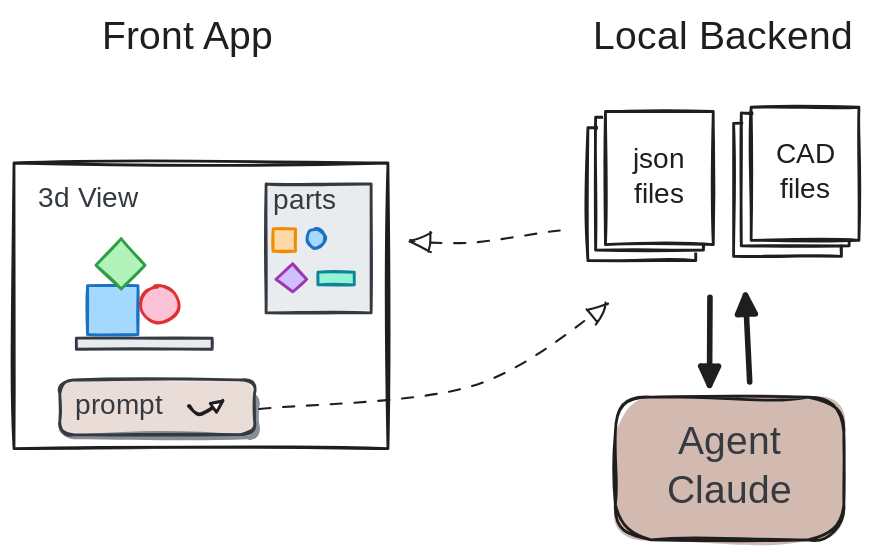
Before: docs/workflow.excalidraw.svg, a diagram exported from Excalidraw (xdze2/agentic-open-builder). Source tidied: one line per element, renumbered; positions are measured from the earlier drawing's top-left corner, leaving out a move shared by most shapes.
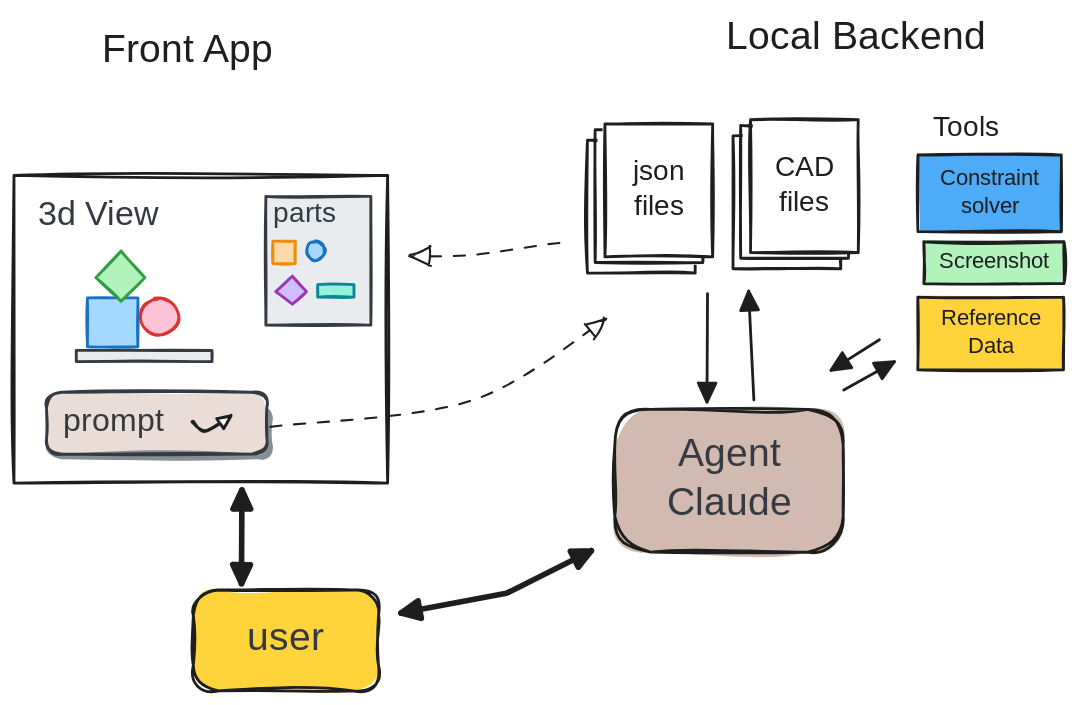
Above is the later version.

Commit message:
Restructure the README and add tools to the workflow diagram

Diff of the diagram source:
```diff
@@ -1,20 +1,20 @@
-{"id": 0, "type": "rectangle", "strokeColor": "#1e1e1e", "strokeWidth": 2, "roughness": 1, "x": 0, "y": 106, "width": 267, "height": 204}
+{"id": 0, "type": "rectangle", "strokeColor": "#1e1e1e", "strokeWidth": 2, "roughness": 1, "x": 0, "y": 106, "width": 267, "height": 220}
 {"id": 1, "type": "rectangle", "strokeColor": "#343a40", "backgroundColor": "#e9ecef", "fillStyle": "solid", "strokeWidth": 2, "roughness": 1, "x": 44, "y": 231, "width": 97, "height": 8}
 {"id": 2, "type": "rectangle", "strokeColor": "#1971c2", "backgroundColor": "#a5d8ff", "fillStyle": "solid", "strokeWidth": 2, "roughness": 1, "x": 52, "y": 194, "width": 36, "height": 35}
 {"id": 3, "type": "diamond", "strokeColor": "#2f9e44", "backgroundColor": "#b2f2bb", "fillStyle": "solid", "strokeWidth": 2, "roughness": 1, "x": 58, "y": 160, "width": 35, "height": 36}
 {"id": 4, "type": "ellipse", "strokeColor": "#e03131", "backgroundColor": "#fcc2d7", "fillStyle": "solid", "strokeWidth": 2, "roughness": 1, "x": 90, "y": 194, "width": 27, "height": 26}
-{"id": 5, "type": "text", "text": "3d View", "strokeColor": "#343a40", "backgroundColor": "#eaddd7", "fillStyle": "solid", "strokeWidth": 2, "roughness": 1, "fontSize": 20, "fontFamily": 5, "x": 17, "y": 120, "width": 74, "height": 25}
+{"id": 5, "type": "text", "text": "3d View", "strokeColor": "#343a40", "backgroundColor": "#eaddd7", "fillStyle": "solid", "strokeWidth": 2, "roughness": 1, "fontSize": 24.49, "fontFamily": 5, "x": 17, "y": 120, "width": 90, "height": 31}
 {"id": 6, "type": "rectangle", "strokeColor": "#343a40", "backgroundColor": "#e9ecef", "fillStyle": "solid", "strokeWidth": 2, "roughness": 1, "x": 180, "y": 121, "width": 75, "height": 92}
 {"id": 7, "type": "text", "text": "parts", "strokeColor": "#343a40", "backgroundColor": "#eaddd7", "fillStyle": "solid", "strokeWidth": 2, "roughness": 1, "fontSize": 20, "fontFamily": 5, "x": 185, "y": 122, "width": 53, "height": 25}
 {"id": 8, "type": "rectangle", "strokeColor": "#f08c00", "backgroundColor": "#ffd8a8", "fillStyle": "solid", "strokeWidth": 2, "roughness": 1, "x": 185, "y": 153, "width": 16, "height": 16}
 {"id": 9, "type": "ellipse", "strokeColor": "#1971c2", "backgroundColor": "#a5d8ff", "fillStyle": "solid", "strokeWidth": 2, "roughness": 1, "x": 209, "y": 153, "width": 13, "height": 14}
 {"id": 10, "type": "diamond", "strokeColor": "#9c36b5", "backgroundColor": "#d0bfff", "fillStyle": "solid", "strokeWidth": 2, "roughness": 1, "x": 187, "y": 178, "width": 22, "height": 20}
 {"id": 11, "type": "rectangle", "strokeColor": "#0c8599", "backgroundColor": "#96f2d7", "fillStyle": "solid", "strokeWidth": 2, "roughness": 1, "x": 217, "y": 184, "width": 26, "height": 9}
-{"id": 12, "type": "rectangle", "strokeColor": "transparent", "backgroundColor": "#868e96", "fillStyle": "solid", "strokeWidth": 1, "strokeStyle": "dashed", "roughness": 2, "round": true, "x": 34, "y": 269, "width": 142, "height": 35}
+{"id": 12, "type": "rectangle", "strokeColor": "transparent", "backgroundColor": "#868e96", "fillStyle": "solid", "strokeWidth": 1, "strokeStyle": "dashed", "roughness": 2, "round": true, "x": 24, "y": 270, "width": 161, "height": 39}
-{"id": 13, "type": "rectangle", "strokeColor": "#343a40", "backgroundColor": "#eaddd7", "fillStyle": "solid", "strokeWidth": 2, "roughness": 1, "round": true, "x": 33, "y": 261, "width": 139, "height": 39}
+{"id": 13, "type": "rectangle", "strokeColor": "#343a40", "backgroundColor": "#eaddd7", "fillStyle": "solid", "strokeWidth": 2, "roughness": 1, "round": true, "x": 23, "y": 261, "width": 157, "height": 44}
-{"id": 14, "type": "text", "text": " prompt  ", "strokeColor": "#343a40", "backgroundColor": "#eaddd7", "fillStyle": "solid", "strokeWidth": 2, "roughness": 1, "fontSize": 20, "fontFamily": 5, "verticalAlign": "middle", "inside": 13, "x": 38, "y": 268, "width": 90, "height": 25}
+{"id": 14, "type": "text", "text": " prompt  ", "strokeColor": "#343a40", "backgroundColor": "#eaddd7", "fillStyle": "solid", "strokeWidth": 2, "roughness": 1, "fontSize": 22.65, "fontFamily": 5, "verticalAlign": "middle", "inside": 13, "x": 28, "y": 269, "width": 102, "height": 28}
-{"id": 15, "type": "arrow", "strokeColor": "#1e1e1e", "backgroundColor": "#96f2d7", "fillStyle": "solid", "strokeWidth": 2, "roughness": 1, "endArrowhead": "triangle_outline", "round": true, "from": 13, "to": 13, "x": 125, "y": 280, "width": 24, "height": 10, "points": [[0, 0], [8, 6], [24, -4]]}
+{"id": 15, "type": "arrow", "strokeColor": "#1e1e1e", "backgroundColor": "#96f2d7", "fillStyle": "solid", "strokeWidth": 2, "roughness": 1, "endArrowhead": "triangle_outline", "round": true, "x": 128, "y": 282, "width": 27, "height": 11, "points": [[0, 0], [9, 6], [27, -4]]}
-{"id": 16, "type": "arrow", "strokeColor": "#1e1e1e", "backgroundColor": "#96f2d7", "fillStyle": "solid", "strokeWidth": 1, "strokeStyle": "dashed", "roughness": 2, "endArrowhead": "triangle_outline", "round": true, "from": 13, "x": 176, "y": 285, "width": 249, "height": 78, "points": [[0, 0], [153, -20], [249, -78]]}
+{"id": 16, "type": "arrow", "strokeColor": "#1e1e1e", "backgroundColor": "#96f2d7", "fillStyle": "solid", "strokeWidth": 1, "strokeStyle": "dashed", "roughness": 2, "endArrowhead": "triangle_outline", "round": true, "from": 13, "x": 184, "y": 289, "width": 240, "height": 80, "points": [[0, 0], [144, -22], [240, -80]]}
 {"id": 17, "type": "rectangle", "strokeColor": "#1e1e1e", "backgroundColor": "#ffffff", "fillStyle": "solid", "strokeWidth": 2, "roughness": 1, "x": 410, "y": 81, "width": 77, "height": 95}
 {"id": 18, "type": "text", "text": "json\nfiles", "strokeColor": "#1e1e1e", "backgroundColor": "#96f2d7", "fillStyle": "solid", "strokeWidth": 2, "roughness": 1, "fontSize": 20, "fontFamily": 8, "textAlign": "center", "verticalAlign": "middle", "inside": 17, "x": 421, "y": 104, "width": 55, "height": 50}
 {"id": 19, "type": "rectangle", "strokeColor": "#1e1e1e", "backgroundColor": "#ffffff", "fillStyle": "solid", "strokeWidth": 2, "roughness": 1, "x": 415, "y": 74, "width": 77, "height": 95}
@@ -23,7 +23,7 @@
 {"id": 22, "type": "text", "text": "json\nfiles", "strokeColor": "#1e1e1e", "backgroundColor": "#96f2d7", "fillStyle": "solid", "strokeWidth": 2, "roughness": 1, "fontSize": 20, "fontFamily": 8, "textAlign": "center", "verticalAlign": "middle", "inside": 21, "x": 433, "y": 92, "width": 55, "height": 50}
 {"id": 23, "type": "text", "text": "local", "strokeColor": "transparent", "backgroundColor": "#868e96", "fillStyle": "solid", "strokeWidth": 1, "strokeStyle": "dashed", "roughness": 2, "fontSize": 20, "fontFamily": 8, "x": 310, "y": 29, "width": 55, "height": 25}
 {"id": 24, "type": "text", "text": "Front App", "strokeColor": "#1e1e1e", "backgroundColor": "#868e96", "fillStyle": "solid", "strokeWidth": 1, "strokeStyle": "dashed", "roughness": 2, "fontSize": 28, "fontFamily": 5, "x": 63, "y": 0, "width": 137, "height": 35}
-{"id": 25, "type": "text", "text": "Local Backend", "strokeColor": "#1e1e1e", "backgroundColor": "#868e96", "fillStyle": "solid", "strokeWidth": 1, "strokeStyle": "dashed", "roughness": 2, "fontSize": 28, "fontFamily": 5, "x": 413, "y": 0, "width": 193, "height": 35}
+{"id": 25, "type": "text", "text": "Local Backend", "strokeColor": "#1e1e1e", "backgroundColor": "#868e96", "fillStyle": "solid", "strokeWidth": 1, "strokeStyle": "dashed", "roughness": 2, "fontSize": 28, "fontFamily": 5, "x": 509, "y": -9, "width": 193, "height": 35}
 {"id": 26, "type": "rectangle", "strokeColor": "#1e1e1e", "backgroundColor": "#d2bab0", "fillStyle": "solid", "strokeWidth": 2, "roughness": 2, "round": true, "x": 429, "y": 273, "width": 163, "height": 102}
 {"id": 27, "type": "text", "text": "Agent\nClaude", "strokeColor": "#343a40", "backgroundColor": "#868e96", "fillStyle": "solid", "strokeWidth": 1, "strokeStyle": "dashed", "roughness": 2, "fontSize": 28, "fontFamily": 5, "textAlign": "center", "verticalAlign": "middle", "inside": 26, "x": 467, "y": 289, "width": 87, "height": 70}
 {"id": 28, "type": "rectangle", "strokeColor": "#1e1e1e", "backgroundColor": "#ffffff", "fillStyle": "solid", "strokeWidth": 2, "roughness": 1, "x": 514, "y": 78, "width": 77, "height": 95}
@@ -32,6 +32,19 @@
 {"id": 31, "type": "text", "text": "json\nfiles", "strokeColor": "#1e1e1e", "backgroundColor": "#96f2d7", "fillStyle": "solid", "strokeWidth": 2, "roughness": 1, "fontSize": 20, "fontFamily": 8, "textAlign": "center", "verticalAlign": "middle", "inside": 30, "x": 530, "y": 93, "width": 55, "height": 50}
 {"id": 32, "type": "rectangle", "strokeColor": "#1e1e1e", "backgroundColor": "#ffffff", "fillStyle": "solid", "strokeWidth": 2, "roughness": 1, "x": 526, "y": 67, "width": 77, "height": 95}
 {"id": 33, "type": "text", "text": "CAD\nfiles", "strokeColor": "#1e1e1e", "backgroundColor": "#96f2d7", "fillStyle": "solid", "strokeWidth": 2, "roughness": 1, "fontSize": 20, "fontFamily": 8, "textAlign": "center", "verticalAlign": "middle", "inside": 32, "x": 537, "y": 89, "width": 55, "height": 50}
-{"id": 34, "type": "arrow", "strokeColor": "#1e1e1e", "backgroundColor": "#ced4da", "fillStyle": "solid", "strokeWidth": 4, "roughness": 0, "endArrowhead": "triangle", "to": 26, "x": 497, "y": 202, "width": 0, "height": 63, "points": [[0, 0], [0, 63]]}
+{"id": 34, "type": "arrow", "strokeColor": "#1e1e1e", "backgroundColor": "#ced4da", "fillStyle": "solid", "strokeWidth": 2, "roughness": 0, "endArrowhead": "triangle", "to": 26, "x": 496, "y": 191, "width": 0, "height": 78, "points": [[0, 0], [0, 78]]}
-{"id": 35, "type": "arrow", "strokeColor": "#1e1e1e", "backgroundColor": "#ced4da", "fillStyle": "solid", "strokeWidth": 4, "roughness": 0, "endArrowhead": "triangle", "from": 26, "x": 525, "y": 263, "width": 3, "height": 62, "points": [[0, 0], [-3, -62]]}
+{"id": 35, "type": "arrow", "strokeColor": "#1e1e1e", "backgroundColor": "#ced4da", "fillStyle": "solid", "strokeWidth": 2, "roughness": 0, "endArrowhead": "triangle", "from": 26, "x": 529, "y": 267, "width": 4, "height": 78, "points": [[0, 0], [-4, -78]]}
-{"id": 36, "type": "arrow", "strokeColor": "#1e1e1e", "backgroundColor": "#96f2d7", "fillStyle": "solid", "strokeWidth": 1, "strokeStyle": "dashed", "roughness": 2, "endArrowhead": "triangle_outline", "round": true, "from": 17, "to": 0, "x": 392, "y": 156, "width": 110, "height": 9, "points": [[0, 0], [-61, 9], [-110, 7]]}
+{"id": 36, "type": "arrow", "strokeColor": "#1e1e1e", "backgroundColor": "#96f2d7", "fillStyle": "solid", "strokeWidth": 1, "strokeStyle": "dashed", "roughness": 2, "endArrowhead": "triangle_outline", "round": true, "from": 17, "to": 0, "x": 392, "y": 156, "width": 110, "height": 9, "points": [[0, 0], [-61, 9], [-110, 8]]}
+{"id": 37, "type": "rectangle", "strokeColor": "#1e1e1e", "backgroundColor": "#4dabf7", "fillStyle": "solid", "strokeWidth": 2, "roughness": 1, "x": 646, "y": 92, "width": 102, "height": 55}
+{"id": 38, "type": "text", "text": "Constraint\nsolver", "strokeColor": "#1e1e1e", "backgroundColor": "#ced4da", "fillStyle": "solid", "strokeWidth": 4, "roughness": 0, "fontSize": 16, "fontFamily": 8, "textAlign": "center", "verticalAlign": "middle", "inside": 37, "x": 653, "y": 99, "width": 88, "height": 40}
+{"id": 39, "type": "text", "text": "Tools", "strokeColor": "#1e1e1e", "backgroundColor": "#868e96", "fillStyle": "solid", "strokeWidth": 1, "strokeStyle": "dashed", "roughness": 2, "fontSize": 20, "fontFamily": 5, "x": 657, "y": 61, "width": 55, "height": 25}
+{"id": 40, "type": "rectangle", "strokeColor": "#1e1e1e", "backgroundColor": "#b2f2bb", "fillStyle": "solid", "strokeWidth": 2, "roughness": 1, "x": 650, "y": 154, "width": 100, "height": 30}
+{"id": 41, "type": "text", "text": "Screenshot", "strokeColor": "#1e1e1e", "backgroundColor": "#ced4da", "fillStyle": "solid", "strokeWidth": 4, "roughness": 0, "fontSize": 16, "fontFamily": 8, "textAlign": "center", "verticalAlign": "middle", "inside": 40, "x": 656, "y": 159, "width": 88, "height": 20}
+{"id": 42, "type": "rectangle", "strokeColor": "#1e1e1e", "backgroundColor": "#ffd43b", "fillStyle": "solid", "strokeWidth": 2, "roughness": 1, "x": 646, "y": 193, "width": 104, "height": 52}
+{"id": 43, "type": "text", "text": "Reference\nData", "strokeColor": "#1e1e1e", "backgroundColor": "#ced4da", "fillStyle": "solid", "strokeWidth": 4, "roughness": 0, "fontSize": 16, "fontFamily": 8, "textAlign": "center", "verticalAlign": "middle", "inside": 42, "x": 658, "y": 199, "width": 79, "height": 40}
+{"id": 44, "type": "arrow", "strokeColor": "#1e1e1e", "angle": 4.2, "backgroundColor": "#ced4da", "fillStyle": "solid", "strokeWidth": 2, "roughness": 0, "endArrowhead": "triangle", "x": 611, "y": 229, "width": 0, "height": 41, "points": [[0, 0], [0, 41]]}
+{"id": 45, "type": "arrow", "strokeColor": "#1e1e1e", "angle": 4.2, "backgroundColor": "#ced4da", "fillStyle": "solid", "strokeWidth": 2, "roughness": 0, "endArrowhead": "triangle", "x": 602, "y": 255, "width": 2, "height": 41, "points": [[0, 0], [-2, -41]]}
+{"id": 46, "type": "rectangle", "strokeColor": "#1e1e1e", "backgroundColor": "#ffd43b", "fillStyle": "solid", "strokeWidth": 2, "roughness": 2, "round": true, "x": 128, "y": 403, "width": 132, "height": 72}
+{"id": 47, "type": "text", "text": "user", "strokeColor": "#343a40", "backgroundColor": "#868e96", "fillStyle": "solid", "strokeWidth": 1, "strokeStyle": "dashed", "roughness": 2, "fontSize": 28, "fontFamily": 5, "textAlign": "center", "verticalAlign": "middle", "inside": 46, "x": 166, "y": 421, "width": 57, "height": 35}
+{"id": 48, "type": "arrow", "strokeColor": "#1e1e1e", "backgroundColor": "#ced4da", "fillStyle": "solid", "strokeWidth": 4, "roughness": 0, "startArrowhead": "triangle", "endArrowhead": "triangle", "x": 163, "y": 331, "width": 0, "height": 67, "points": [[0, 0], [0, 67]]}
+{"id": 49, "type": "arrow", "strokeColor": "#1e1e1e", "backgroundColor": "#ced4da", "fillStyle": "solid", "strokeWidth": 4, "roughness": 0, "startArrowhead": "triangle", "endArrowhead": "triangle", "from": 46, "to": 26, "x": 277, "y": 419, "width": 136, "height": 45, "points": [[0, 0], [75, -14], [136, -45]]}
```
